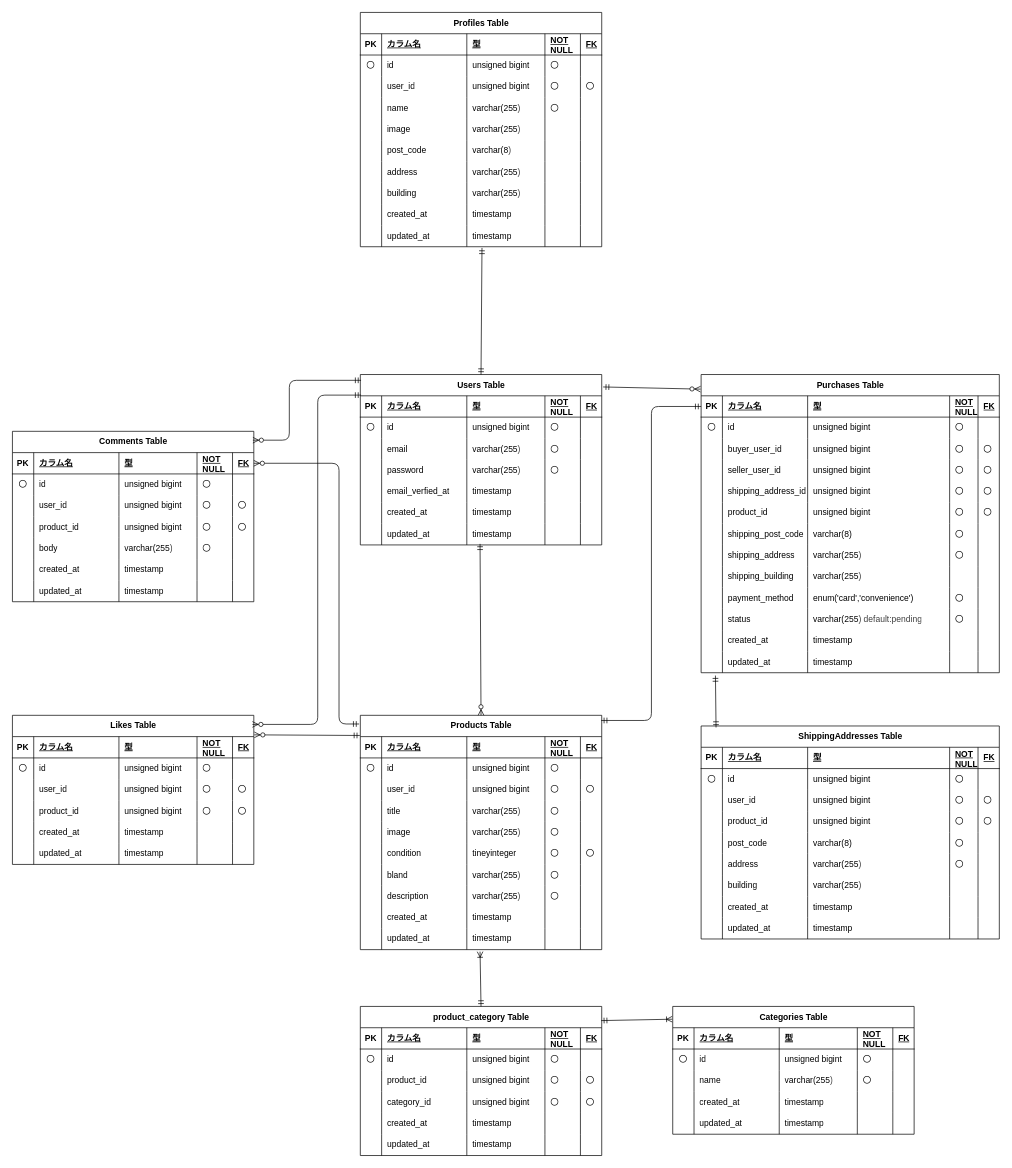
Above: mock-case1.drawio in ErikoKikuchi/mock-case1 (draw.io), before the change. Source tidied: cells renumbered, new cells numbered last; positions are measured from the earlier drawing's top-left corner, leaving out a move shared by most shapes. Both pictures are drawn from the tidied source at 71%, with x=0, y=0 at pixel (12, 12).
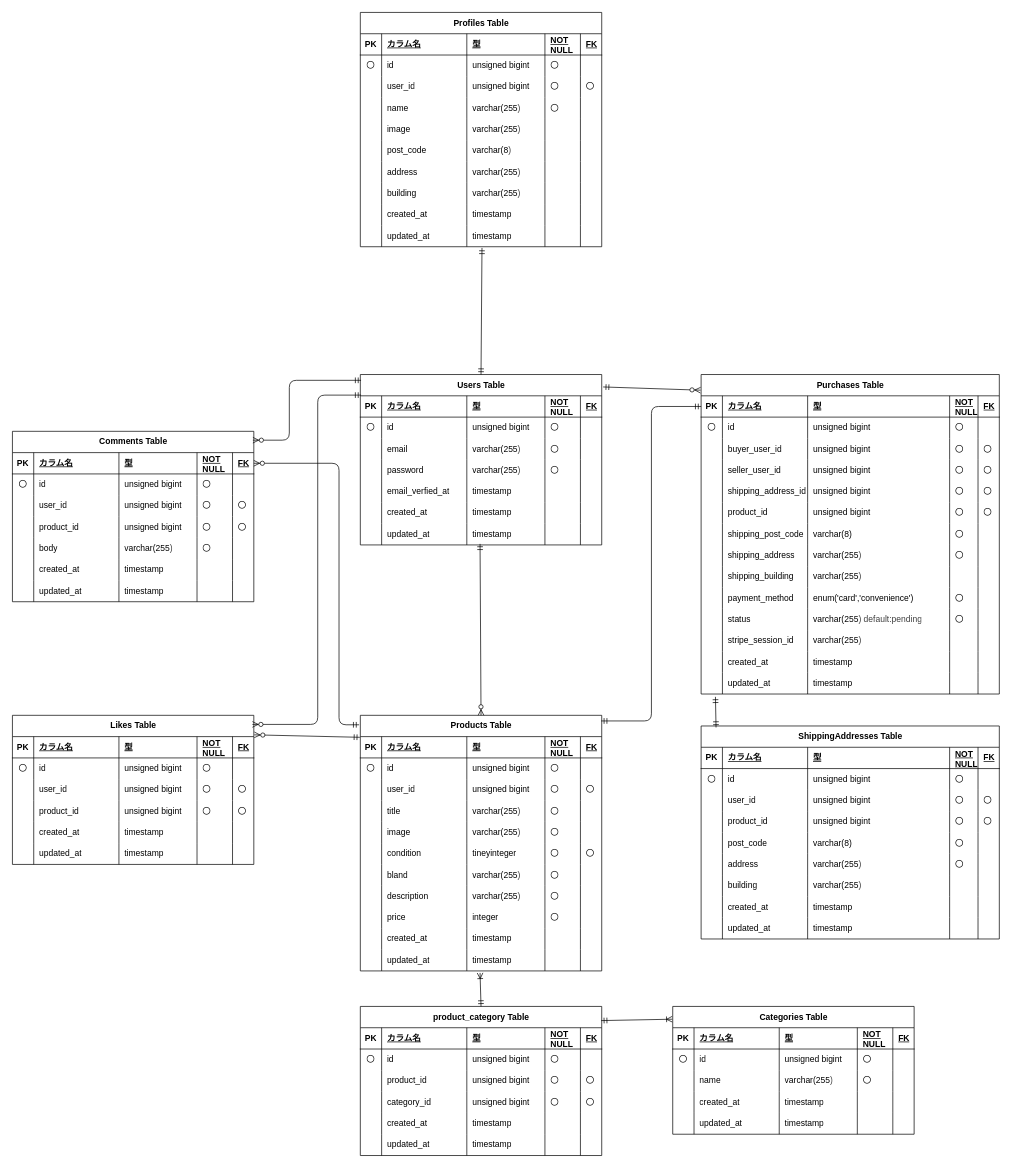
The same diagram, later.

Change to the diagram source:
```diff
@@
     <mxCell id="156" value="Purchases Table" style="shape=table;startSize=30;childLayout=tableLayout;rowLines=0;fontStyle=1;align=center;html=1;" parent="1" vertex="1">
-      <mxGeometry x="970" y="510" width="420" height="420" as="geometry" />
+      <mxGeometry x="970" y="510" width="420" height="450" as="geometry" />
     </mxCell>
@@
+    <mxCell id="460" style="shape=tableRow;horizontal=0;startSize=0;swimlaneHead=0;swimlaneBody=0;fillColor=none;top=0;left=0;right=0;bottom=0;" parent="156" vertex="1">
+      <mxGeometry y="360" width="420" height="30" as="geometry" />
+    </mxCell>
+    <mxCell id="461" style="shape=partialRectangle;fillColor=none;top=0;left=0;bottom=0;right=0;overflow=hidden;whiteSpace=wrap;html=1;" parent="460" vertex="1">
+      <mxGeometry width="30" height="30" as="geometry" />
+    </mxCell>
+    <mxCell id="462" value="stripe_session_id" style="shape=partialRectangle;fillColor=none;top=0;left=0;bottom=0;right=0;align=left;spacingLeft=6;overflow=hidden;whiteSpace=wrap;html=1;" parent="460" vertex="1">
+      <mxGeometry x="30" width="120" height="30" as="geometry" />
+    </mxCell>
+    <mxCell id="463" value="&lt;span style=&quot;scrollbar-color: rgb(226, 226, 226) rgb(251, 251, 251); color: rgb(0, 0, 0);&quot;&gt;varchar(255&lt;/span&gt;&lt;span style=&quot;scrollbar-color: rgb(226, 226, 226) rgb(251, 251, 251); background-color: transparent; color: rgb(63, 63, 63);&quot;&gt;)&lt;/span&gt;" style="shape=partialRectangle;fillColor=none;top=0;left=0;bottom=0;right=0;align=left;spacingLeft=6;overflow=hidden;whiteSpace=wrap;html=1;" parent="460" vertex="1">
+      <mxGeometry x="150" width="200" height="30" as="geometry" />
+    </mxCell>
+    <mxCell id="464" style="shape=partialRectangle;fillColor=none;top=0;left=0;bottom=0;right=0;align=left;spacingLeft=6;overflow=hidden;whiteSpace=wrap;html=1;" parent="460" vertex="1">
+      <mxGeometry x="350" width="40" height="30" as="geometry" />
+    </mxCell>
+    <mxCell id="465" style="shape=partialRectangle;fillColor=none;top=0;left=0;bottom=0;right=0;align=left;spacingLeft=6;overflow=hidden;whiteSpace=wrap;html=1;" parent="460" vertex="1">
+      <mxGeometry x="390" width="30" height="30" as="geometry" />
+    </mxCell>
     <mxCell id="223" style="shape=tableRow;horizontal=0;startSize=0;swimlaneHead=0;swimlaneBody=0;fillColor=none;top=0;left=0;right=0;bottom=0;" parent="156" vertex="1">
-      <mxGeometry y="360" width="420" height="30" as="geometry" />
+      <mxGeometry y="390" width="420" height="30" as="geometry" />
     </mxCell>
@@
     <mxCell id="229" style="shape=tableRow;horizontal=0;startSize=0;swimlaneHead=0;swimlaneBody=0;fillColor=none;points=[[0,0.5],[1,0.5]];portConstraint=eastwest;top=0;left=0;right=0;bottom=0;" parent="156" vertex="1">
-      <mxGeometry y="390" width="420" height="30" as="geometry" />
+      <mxGeometry y="420" width="420" height="30" as="geometry" />
     </mxCell>
@@
     <mxCell id="235" value="Products Table" style="shape=table;startSize=30;childLayout=tableLayout;rowLines=0;fontStyle=1;align=center;html=1;" parent="1" vertex="1">
-      <mxGeometry x="490" y="990" width="340" height="330" as="geometry" />
+      <mxGeometry x="490" y="990" width="340" height="360" as="geometry" />
     </mxCell>
@@
+    <mxCell id="466" style="shape=tableRow;horizontal=0;startSize=0;swimlaneHead=0;swimlaneBody=0;fillColor=none;top=0;left=0;right=0;bottom=0;" parent="235" vertex="1">
+      <mxGeometry y="270" width="340" height="30" as="geometry" />
+    </mxCell>
+    <mxCell id="467" style="shape=partialRectangle;fillColor=none;top=0;left=0;bottom=0;right=0;overflow=hidden;whiteSpace=wrap;html=1;" parent="466" vertex="1">
+      <mxGeometry width="30" height="30" as="geometry" />
+    </mxCell>
+    <mxCell id="468" value="price" style="shape=partialRectangle;fillColor=none;top=0;left=0;bottom=0;right=0;align=left;spacingLeft=6;overflow=hidden;whiteSpace=wrap;html=1;" parent="466" vertex="1">
+      <mxGeometry x="30" width="120" height="30" as="geometry" />
+    </mxCell>
+    <mxCell id="469" value="integer" style="shape=partialRectangle;fillColor=none;top=0;left=0;bottom=0;right=0;align=left;spacingLeft=6;overflow=hidden;whiteSpace=wrap;html=1;" parent="466" vertex="1">
+      <mxGeometry x="150" width="110" height="30" as="geometry" />
+    </mxCell>
+    <mxCell id="470" value="〇" style="shape=partialRectangle;fillColor=none;top=0;left=0;bottom=0;right=0;align=left;spacingLeft=6;overflow=hidden;whiteSpace=wrap;html=1;" parent="466" vertex="1">
+      <mxGeometry x="260" width="50" height="30" as="geometry" />
+    </mxCell>
+    <mxCell id="471" style="shape=partialRectangle;fillColor=none;top=0;left=0;bottom=0;right=0;align=left;spacingLeft=6;overflow=hidden;whiteSpace=wrap;html=1;" parent="466" vertex="1">
+      <mxGeometry x="310" width="30" height="30" as="geometry" />
+    </mxCell>
     <mxCell id="284" style="shape=tableRow;horizontal=0;startSize=0;swimlaneHead=0;swimlaneBody=0;fillColor=none;top=0;left=0;right=0;bottom=0;" parent="235" vertex="1">
-      <mxGeometry y="270" width="340" height="30" as="geometry" />
+      <mxGeometry y="300" width="340" height="30" as="geometry" />
     </mxCell>
@@
     <mxCell id="290" style="shape=tableRow;horizontal=0;startSize=0;swimlaneHead=0;swimlaneBody=0;fillColor=none;points=[[0,0.5],[1,0.5]];portConstraint=eastwest;top=0;left=0;right=0;bottom=0;" parent="235" vertex="1">
-      <mxGeometry y="300" width="340" height="30" as="geometry" />
+      <mxGeometry y="330" width="340" height="30" as="geometry" />
     </mxCell>
```
